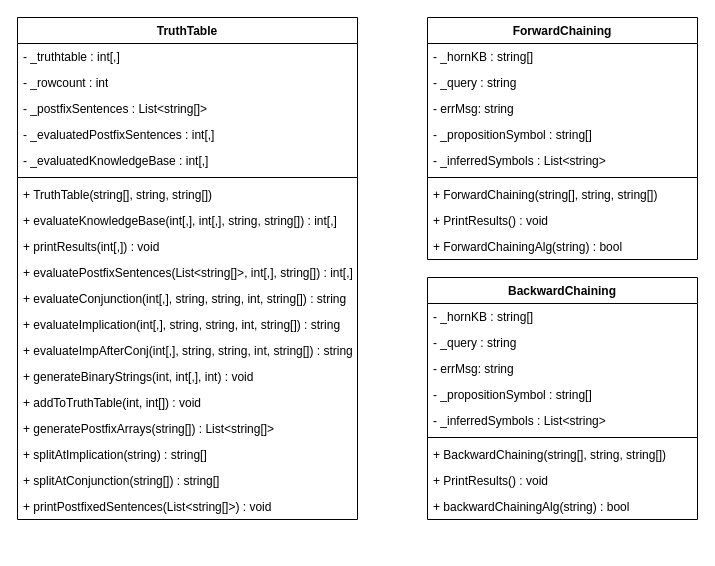
MagmaArcade/Inference-Engine keeps this draw.io diagram as draw.io UML Diagrams.drawio. Above is the earlier version. Source tidied: cells renumbered, new cells numbered last; positions are measured from the earlier drawing's top-left corner, leaving out a move shared by most shapes. Both pictures are drawn from the tidied source at 100%, with x=0, y=0 at pixel (17, 17).
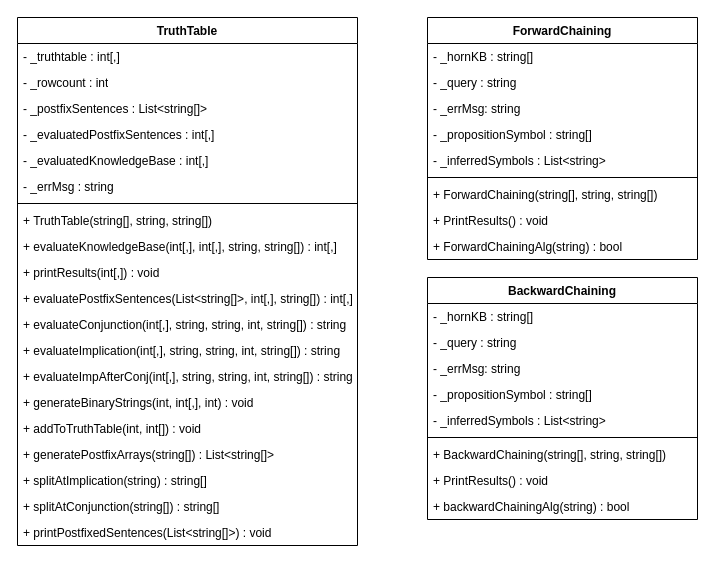
The same page after the edit.

The change refers to these unchanged cells:
```xml
<mxCell id="22" value="ForwardChaining" style="swimlane;fontStyle=1;align=center;verticalAlign=top;horizontal=1;startSize=26;whiteSpace=wrap;html=1;" parent="1" vertex="1">
  <mxGeometry x="410" width="270" height="242" as="geometry" />
</mxCell>
<mxCell id="32" value="BackwardChaining" style="swimlane;fontStyle=1;align=center;verticalAlign=top;horizontal=1;startSize=26;whiteSpace=wrap;html=1;" parent="1" vertex="1">
  <mxGeometry x="410" y="260" width="270" height="242" as="geometry" />
</mxCell>
```

Change to the diagram source:
```diff
@@
     <mxCell id="2" value="TruthTable" style="swimlane;fontStyle=1;align=center;verticalAlign=top;horizontal=1;startSize=26;whiteSpace=wrap;html=1;" parent="1" vertex="1">
-      <mxGeometry width="340" height="502" as="geometry" />
+      <mxGeometry width="340" height="528" as="geometry" />
     </mxCell>
@@
+    <mxCell id="42" value="- _evaluatedKnowledgeBase : int[,]" style="text;strokeColor=none;fillColor=none;align=left;verticalAlign=top;spacingLeft=4;spacingRight=4;overflow=hidden;whiteSpace=wrap;html=1;" parent="2" vertex="1">
+      <mxGeometry y="130" width="340" height="26" as="geometry" />
+    </mxCell>
-    <mxCell id="7" value="- _evaluatedKnowledgeBase : int[,]" style="text;strokeColor=none;fillColor=none;align=left;verticalAlign=top;spacingLeft=4;spacingRight=4;overflow=hidden;whiteSpace=wrap;html=1;" parent="2" vertex="1">
-      <mxGeometry y="130" width="340" height="26" as="geometry" />
+    <mxCell id="7" value="- _errMsg : string" style="text;strokeColor=none;fillColor=none;align=left;verticalAlign=top;spacingLeft=4;spacingRight=4;overflow=hidden;whiteSpace=wrap;html=1;" parent="2" vertex="1">
+      <mxGeometry y="156" width="340" height="26" as="geometry" />
     </mxCell>
     <mxCell id="8" style="line;strokeWidth=1;fillColor=none;align=left;verticalAlign=middle;spacingTop=-1;spacingLeft=3;spacingRight=3;labelPosition=right;strokeColor=inherit;" parent="2" vertex="1">
-      <mxGeometry y="156" width="340" height="8" as="geometry" />
+      <mxGeometry y="182" width="340" height="8" as="geometry" />
     </mxCell>
     <mxCell id="9" value="+ TruthTable(string[], string, string[])" style="text;strokeColor=none;fillColor=none;align=left;verticalAlign=top;spacingLeft=4;spacingRight=4;overflow=hidden;whiteSpace=wrap;html=1;" parent="2" vertex="1">
-      <mxGeometry y="164" width="340" height="26" as="geometry" />
+      <mxGeometry y="190" width="340" height="26" as="geometry" />
     </mxCell>
     <mxCell id="10" value="+ evaluateKnowledgeBase(int[,], int[,], string, string[]) : int[,]" style="text;strokeColor=none;fillColor=none;align=left;verticalAlign=top;spacingLeft=4;spacingRight=4;overflow=hidden;whiteSpace=wrap;html=1;" parent="2" vertex="1">
-      <mxGeometry y="190" width="340" height="26" as="geometry" />
+      <mxGeometry y="216" width="340" height="26" as="geometry" />
     </mxCell>
     <mxCell id="11" value="+ printResults(int[,]) : void" style="text;strokeColor=none;fillColor=none;align=left;verticalAlign=top;spacingLeft=4;spacingRight=4;overflow=hidden;whiteSpace=wrap;html=1;" parent="2" vertex="1">
-      <mxGeometry y="216" width="340" height="26" as="geometry" />
+      <mxGeometry y="242" width="340" height="26" as="geometry" />
     </mxCell>
     <mxCell id="12" value="+ evaluatePostfixSentences(List&amp;lt;string[]&amp;gt;, int[,], string[]) : int[,]" style="text;strokeColor=none;fillColor=none;align=left;verticalAlign=top;spacingLeft=4;spacingRight=4;overflow=hidden;whiteSpace=wrap;html=1;" parent="2" vertex="1">
-      <mxGeometry y="242" width="340" height="26" as="geometry" />
+      <mxGeometry y="268" width="340" height="26" as="geometry" />
     </mxCell>
     <mxCell id="13" value="+ evaluateConjunction(int[,], string, string, int, string[]) : string" style="text;strokeColor=none;fillColor=none;align=left;verticalAlign=top;spacingLeft=4;spacingRight=4;overflow=hidden;whiteSpace=wrap;html=1;" parent="2" vertex="1">
-      <mxGeometry y="268" width="340" height="26" as="geometry" />
+      <mxGeometry y="294" width="340" height="26" as="geometry" />
     </mxCell>
     <mxCell id="14" value="+ evaluateImplication(int[,], string, string, int, string[]) : string" style="text;strokeColor=none;fillColor=none;align=left;verticalAlign=top;spacingLeft=4;spacingRight=4;overflow=hidden;whiteSpace=wrap;html=1;" parent="2" vertex="1">
-      <mxGeometry y="294" width="340" height="26" as="geometry" />
+      <mxGeometry y="320" width="340" height="26" as="geometry" />
     </mxCell>
     <mxCell id="15" value="+ evaluateImpAfterConj(int[,], string, string, int, string[]) : string" style="text;strokeColor=none;fillColor=none;align=left;verticalAlign=top;spacingLeft=4;spacingRight=4;overflow=hidden;whiteSpace=wrap;html=1;" parent="2" vertex="1">
-      <mxGeometry y="320" width="340" height="26" as="geometry" />
+      <mxGeometry y="346" width="340" height="26" as="geometry" />
     </mxCell>
     <mxCell id="16" value="+ generateBinaryStrings(int, int[,], int) : void" style="text;strokeColor=none;fillColor=none;align=left;verticalAlign=top;spacingLeft=4;spacingRight=4;overflow=hidden;whiteSpace=wrap;html=1;" parent="2" vertex="1">
-      <mxGeometry y="346" width="340" height="26" as="geometry" />
+      <mxGeometry y="372" width="340" height="26" as="geometry" />
     </mxCell>
     <mxCell id="17" value="+ addToTruthTable(int, int[]) : void" style="text;strokeColor=none;fillColor=none;align=left;verticalAlign=top;spacingLeft=4;spacingRight=4;overflow=hidden;whiteSpace=wrap;html=1;" parent="2" vertex="1">
-      <mxGeometry y="372" width="340" height="26" as="geometry" />
+      <mxGeometry y="398" width="340" height="26" as="geometry" />
     </mxCell>
     <mxCell id="18" value="+ generatePostfixArrays(string[]) : List&amp;lt;string[]&amp;gt;" style="text;strokeColor=none;fillColor=none;align=left;verticalAlign=top;spacingLeft=4;spacingRight=4;overflow=hidden;whiteSpace=wrap;html=1;" parent="2" vertex="1">
-      <mxGeometry y="398" width="340" height="26" as="geometry" />
+      <mxGeometry y="424" width="340" height="26" as="geometry" />
     </mxCell>
     <mxCell id="19" value="+ splitAtImplication(string) : string[]" style="text;strokeColor=none;fillColor=none;align=left;verticalAlign=top;spacingLeft=4;spacingRight=4;overflow=hidden;whiteSpace=wrap;html=1;" parent="2" vertex="1">
-      <mxGeometry y="424" width="340" height="26" as="geometry" />
+      <mxGeometry y="450" width="340" height="26" as="geometry" />
     </mxCell>
     <mxCell id="20" value="+ splitAtConjunction(string[]) : string[]" style="text;strokeColor=none;fillColor=none;align=left;verticalAlign=top;spacingLeft=4;spacingRight=4;overflow=hidden;whiteSpace=wrap;html=1;" parent="2" vertex="1">
-      <mxGeometry y="450" width="340" height="26" as="geometry" />
+      <mxGeometry y="476" width="340" height="26" as="geometry" />
     </mxCell>
     <mxCell id="21" value="+ printPostfixedSentences(List&amp;lt;string[]&amp;gt;) : void" style="text;strokeColor=none;fillColor=none;align=left;verticalAlign=top;spacingLeft=4;spacingRight=4;overflow=hidden;whiteSpace=wrap;html=1;" parent="2" vertex="1">
-      <mxGeometry y="476" width="340" height="26" as="geometry" />
+      <mxGeometry y="502" width="340" height="26" as="geometry" />
     </mxCell>
@@
-    <mxCell id="25" value="- errMsg: string" style="text;strokeColor=none;fillColor=none;align=left;verticalAlign=top;spacingLeft=4;spacingRight=4;overflow=hidden;whiteSpace=wrap;html=1;" parent="22" vertex="1">
+    <mxCell id="25" value="- _errMsg: string" style="text;strokeColor=none;fillColor=none;align=left;verticalAlign=top;spacingLeft=4;spacingRight=4;overflow=hidden;whiteSpace=wrap;html=1;" parent="22" vertex="1">
       <mxGeometry y="78" width="270" height="26" as="geometry" />
     </mxCell>
@@
-    <mxCell id="35" value="- errMsg: string" style="text;strokeColor=none;fillColor=none;align=left;verticalAlign=top;spacingLeft=4;spacingRight=4;overflow=hidden;whiteSpace=wrap;html=1;" parent="32" vertex="1">
+    <mxCell id="35" value="- _errMsg: string" style="text;strokeColor=none;fillColor=none;align=left;verticalAlign=top;spacingLeft=4;spacingRight=4;overflow=hidden;whiteSpace=wrap;html=1;" parent="32" vertex="1">
       <mxGeometry y="78" width="270" height="26" as="geometry" />
     </mxCell>
```
